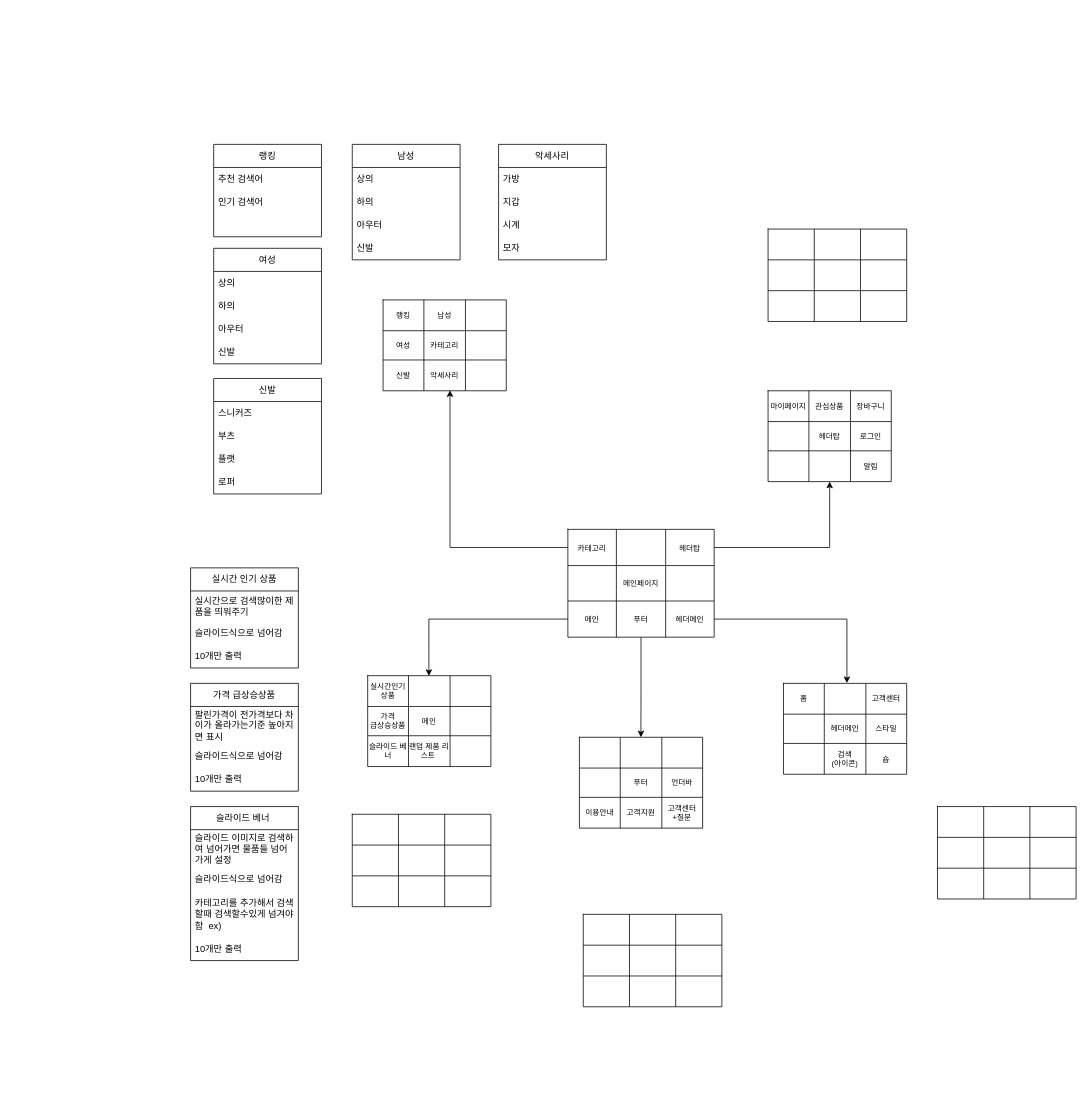
wuuuugi/0619_test01 keeps this draw.io diagram as T1순서도.drawio. Above is the earlier version. Source tidied: cells renumbered, new cells numbered last; positions are measured from the earlier drawing's top-left corner, leaving out a move shared by most shapes. Both pictures are drawn from the tidied source at 77%, with x=0, y=0 at pixel (190, 144).
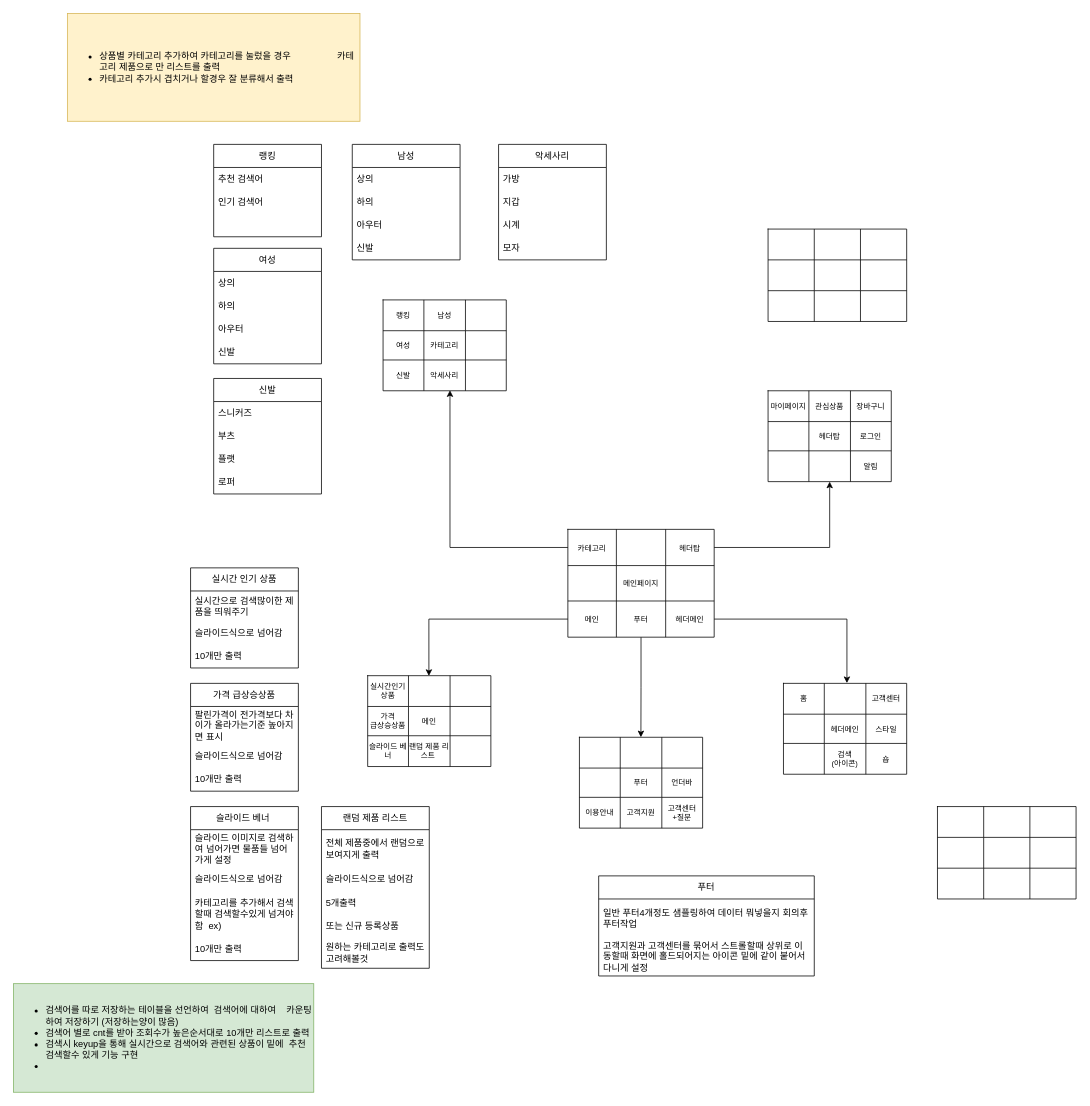
After the change.

Commit message (it also covers changes not shown here):
T1순서도.drawio 업데이트

What changed in the source:
```diff
@@
-    <mxCell id="85" style="shape=table;startSize=0;childLayout=tableLayout;fontSize=16;" parent="1" vertex="1">
-      <mxGeometry x="210" y="870" width="180" height="120" as="geometry" />
-    </mxCell>
-    <mxCell id="86" style="shape=tableRow;horizontal=0;startSize=0;swimlaneHead=0;swimlaneBody=0;strokeColor=inherit;top=0;left=0;bottom=0;right=0;fillColor=none;fontSize=16;" parent="85" vertex="1">
-      <mxGeometry width="180" height="40" as="geometry" />
-    </mxCell>
-    <mxCell id="87" style="shape=partialRectangle;html=1;whiteSpace=wrap;strokeColor=inherit;overflow=hidden;fillColor=none;top=0;left=0;bottom=0;right=0;fontSize=16;" parent="86" vertex="1">
-      <mxGeometry width="60" height="40" as="geometry" />
-    </mxCell>
-    <mxCell id="88" style="shape=partialRectangle;html=1;whiteSpace=wrap;strokeColor=inherit;overflow=hidden;fillColor=none;top=0;left=0;bottom=0;right=0;fontSize=16;" parent="86" vertex="1">
-      <mxGeometry x="60" width="60" height="40" as="geometry" />
-    </mxCell>
-    <mxCell id="89" style="shape=partialRectangle;html=1;whiteSpace=wrap;strokeColor=inherit;overflow=hidden;fillColor=none;top=0;left=0;bottom=0;right=0;fontSize=16;" parent="86" vertex="1">
-      <mxGeometry x="120" width="60" height="40" as="geometry" />
-    </mxCell>
-    <mxCell id="90" style="shape=tableRow;horizontal=0;startSize=0;swimlaneHead=0;swimlaneBody=0;strokeColor=inherit;top=0;left=0;bottom=0;right=0;fillColor=none;fontSize=16;" parent="85" vertex="1">
-      <mxGeometry y="40" width="180" height="40" as="geometry" />
-    </mxCell>
-    <mxCell id="91" style="shape=partialRectangle;html=1;whiteSpace=wrap;strokeColor=inherit;overflow=hidden;fillColor=none;top=0;left=0;bottom=0;right=0;fontSize=16;" parent="90" vertex="1">
-      <mxGeometry width="60" height="40" as="geometry" />
-    </mxCell>
-    <mxCell id="92" style="shape=partialRectangle;html=1;whiteSpace=wrap;strokeColor=inherit;overflow=hidden;fillColor=none;top=0;left=0;bottom=0;right=0;fontSize=16;" parent="90" vertex="1">
-      <mxGeometry x="60" width="60" height="40" as="geometry" />
-    </mxCell>
-    <mxCell id="93" style="shape=partialRectangle;html=1;whiteSpace=wrap;strokeColor=inherit;overflow=hidden;fillColor=none;top=0;left=0;bottom=0;right=0;fontSize=16;" parent="90" vertex="1">
-      <mxGeometry x="120" width="60" height="40" as="geometry" />
-    </mxCell>
-    <mxCell id="94" style="shape=tableRow;horizontal=0;startSize=0;swimlaneHead=0;swimlaneBody=0;strokeColor=inherit;top=0;left=0;bottom=0;right=0;fillColor=none;fontSize=16;" parent="85" vertex="1">
-      <mxGeometry y="80" width="180" height="40" as="geometry" />
-    </mxCell>
-    <mxCell id="95" style="shape=partialRectangle;html=1;whiteSpace=wrap;strokeColor=inherit;overflow=hidden;fillColor=none;top=0;left=0;bottom=0;right=0;fontSize=16;" parent="94" vertex="1">
-      <mxGeometry width="60" height="40" as="geometry" />
-    </mxCell>
-    <mxCell id="96" style="shape=partialRectangle;html=1;whiteSpace=wrap;strokeColor=inherit;overflow=hidden;fillColor=none;top=0;left=0;bottom=0;right=0;fontSize=16;" parent="94" vertex="1">
-      <mxGeometry x="60" width="60" height="40" as="geometry" />
-    </mxCell>
-    <mxCell id="97" style="shape=partialRectangle;html=1;whiteSpace=wrap;strokeColor=inherit;overflow=hidden;fillColor=none;top=0;left=0;bottom=0;right=0;fontSize=16;" parent="94" vertex="1">
-      <mxGeometry x="120" width="60" height="40" as="geometry" />
-    </mxCell>
-    <mxCell id="98" style="shape=table;startSize=0;childLayout=tableLayout;fontSize=16;" parent="1" vertex="1">
-      <mxGeometry x="510" y="1000" width="180" height="120" as="geometry" />
-    </mxCell>
-    <mxCell id="99" style="shape=tableRow;horizontal=0;startSize=0;swimlaneHead=0;swimlaneBody=0;strokeColor=inherit;top=0;left=0;bottom=0;right=0;fillColor=none;fontSize=16;" parent="98" vertex="1">
-      <mxGeometry width="180" height="40" as="geometry" />
-    </mxCell>
-    <mxCell id="100" style="shape=partialRectangle;html=1;whiteSpace=wrap;strokeColor=inherit;overflow=hidden;fillColor=none;top=0;left=0;bottom=0;right=0;fontSize=16;" parent="99" vertex="1">
-      <mxGeometry width="60" height="40" as="geometry" />
-    </mxCell>
-    <mxCell id="101" style="shape=partialRectangle;html=1;whiteSpace=wrap;strokeColor=inherit;overflow=hidden;fillColor=none;top=0;left=0;bottom=0;right=0;fontSize=16;" parent="99" vertex="1">
-      <mxGeometry x="60" width="60" height="40" as="geometry" />
-    </mxCell>
-    <mxCell id="102" style="shape=partialRectangle;html=1;whiteSpace=wrap;strokeColor=inherit;overflow=hidden;fillColor=none;top=0;left=0;bottom=0;right=0;fontSize=16;" parent="99" vertex="1">
-      <mxGeometry x="120" width="60" height="40" as="geometry" />
-    </mxCell>
-    <mxCell id="103" style="shape=tableRow;horizontal=0;startSize=0;swimlaneHead=0;swimlaneBody=0;strokeColor=inherit;top=0;left=0;bottom=0;right=0;fillColor=none;fontSize=16;" parent="98" vertex="1">
-      <mxGeometry y="40" width="180" height="40" as="geometry" />
-    </mxCell>
-    <mxCell id="104" style="shape=partialRectangle;html=1;whiteSpace=wrap;strokeColor=inherit;overflow=hidden;fillColor=none;top=0;left=0;bottom=0;right=0;fontSize=16;" parent="103" vertex="1">
-      <mxGeometry width="60" height="40" as="geometry" />
-    </mxCell>
-    <mxCell id="105" style="shape=partialRectangle;html=1;whiteSpace=wrap;strokeColor=inherit;overflow=hidden;fillColor=none;top=0;left=0;bottom=0;right=0;fontSize=16;" parent="103" vertex="1">
-      <mxGeometry x="60" width="60" height="40" as="geometry" />
-    </mxCell>
-    <mxCell id="106" style="shape=partialRectangle;html=1;whiteSpace=wrap;strokeColor=inherit;overflow=hidden;fillColor=none;top=0;left=0;bottom=0;right=0;fontSize=16;" parent="103" vertex="1">
-      <mxGeometry x="120" width="60" height="40" as="geometry" />
-    </mxCell>
-    <mxCell id="107" style="shape=tableRow;horizontal=0;startSize=0;swimlaneHead=0;swimlaneBody=0;strokeColor=inherit;top=0;left=0;bottom=0;right=0;fillColor=none;fontSize=16;" parent="98" vertex="1">
-      <mxGeometry y="80" width="180" height="40" as="geometry" />
-    </mxCell>
-    <mxCell id="108" style="shape=partialRectangle;html=1;whiteSpace=wrap;strokeColor=inherit;overflow=hidden;fillColor=none;top=0;left=0;bottom=0;right=0;fontSize=16;" parent="107" vertex="1">
-      <mxGeometry width="60" height="40" as="geometry" />
-    </mxCell>
-    <mxCell id="109" style="shape=partialRectangle;html=1;whiteSpace=wrap;strokeColor=inherit;overflow=hidden;fillColor=none;top=0;left=0;bottom=0;right=0;fontSize=16;" parent="107" vertex="1">
-      <mxGeometry x="60" width="60" height="40" as="geometry" />
-    </mxCell>
-    <mxCell id="110" style="shape=partialRectangle;html=1;whiteSpace=wrap;strokeColor=inherit;overflow=hidden;fillColor=none;top=0;left=0;bottom=0;right=0;fontSize=16;" parent="107" vertex="1">
-      <mxGeometry x="120" width="60" height="40" as="geometry" />
-    </mxCell>
@@
+    <mxCell id="174" value="랜덤 제품 리스트" style="swimlane;fontStyle=0;horizontal=1;startSize=30;whiteSpace=wrap;html=1;" parent="1" vertex="1">
+      <mxGeometry x="170" y="860" width="140" height="210" as="geometry" />
+    </mxCell>
+    <mxCell id="175" value="전체 제품중에서 랜덤으로 보여지게 출력&amp;nbsp;" style="text;strokeColor=none;fillColor=none;align=left;verticalAlign=middle;spacingLeft=4;spacingRight=4;overflow=hidden;whiteSpace=wrap;html=1;" parent="174" vertex="1">
+      <mxGeometry y="30" width="140" height="50" as="geometry" />
+    </mxCell>
+    <mxCell id="176" value="슬라이드식으로 넘어감" style="text;strokeColor=none;fillColor=none;align=left;verticalAlign=middle;spacingLeft=4;spacingRight=4;overflow=hidden;whiteSpace=wrap;html=1;" parent="174" vertex="1">
+      <mxGeometry y="80" width="140" height="30" as="geometry" />
+    </mxCell>
+    <mxCell id="177" value="5개출력" style="text;strokeColor=none;fillColor=none;align=left;verticalAlign=middle;spacingLeft=4;spacingRight=4;overflow=hidden;whiteSpace=wrap;html=1;" parent="174" vertex="1">
+      <mxGeometry y="110" width="140" height="30" as="geometry" />
+    </mxCell>
+    <mxCell id="178" value="또는 신규 등록상품" style="text;strokeColor=none;fillColor=none;align=left;verticalAlign=middle;spacingLeft=4;spacingRight=4;overflow=hidden;whiteSpace=wrap;html=1;" parent="174" vertex="1">
+      <mxGeometry y="140" width="140" height="30" as="geometry" />
+    </mxCell>
+    <mxCell id="179" value="원하는 카테고리로 출력도 고려해볼것" style="text;strokeColor=none;fillColor=none;align=left;verticalAlign=middle;spacingLeft=4;spacingRight=4;overflow=hidden;whiteSpace=wrap;html=1;" parent="174" vertex="1">
+      <mxGeometry y="170" width="140" height="40" as="geometry" />
+    </mxCell>
+    <mxCell id="180" value="&lt;ul&gt;&lt;li&gt;상품별 카테고리 추가하여 카테고리를 눌렀을 경우&amp;nbsp; &amp;nbsp; &amp;nbsp; &amp;nbsp; &amp;nbsp; &amp;nbsp; &amp;nbsp; &amp;nbsp; &amp;nbsp; 카테고리 제품으로 만 리스트를 출력&amp;nbsp;&amp;nbsp;&lt;/li&gt;&lt;li&gt;카테고리 추가시 겹치거나 할경우 잘 분류해서 출력&lt;/li&gt;&lt;/ul&gt;" style="text;strokeColor=#d6b656;fillColor=#fff2cc;html=1;whiteSpace=wrap;verticalAlign=middle;overflow=hidden;" parent="1" vertex="1">
+      <mxGeometry x="-160" y="-170" width="380" height="140" as="geometry" />
+    </mxCell>
+    <mxCell id="181" value="&lt;ul&gt;&lt;li&gt;검색어를 따로 저장하는 테이블을 선언하여&amp;nbsp; 검색어에 대하여&amp;nbsp; &amp;nbsp; 카운팅하여 저장하기 (저장하는양이 많음)&lt;/li&gt;&lt;li&gt;검색어 별로 cnt를 받아 조회수가 높은순서대로 10개만 리스트로 출력&amp;nbsp;&lt;/li&gt;&lt;li&gt;검색시 keyup을 통해 실시간으로 검색어와 관련된 상품이 밑에&amp;nbsp; 추천검색할수 있게 기능 구현&amp;nbsp;&lt;/li&gt;&lt;li&gt;&lt;br&gt;&lt;/li&gt;&lt;/ul&gt;" style="text;strokeColor=#82b366;fillColor=#d5e8d4;html=1;whiteSpace=wrap;verticalAlign=middle;overflow=hidden;" parent="1" vertex="1">
+      <mxGeometry x="-230" y="1090" width="390" height="141" as="geometry" />
+    </mxCell>
+    <mxCell id="182" value="푸터" style="swimlane;fontStyle=0;horizontal=1;startSize=30;whiteSpace=wrap;html=1;" parent="1" vertex="1">
+      <mxGeometry x="530" y="950" width="280" height="130" as="geometry" />
+    </mxCell>
+    <mxCell id="183" value="일반 푸터4개정도 샘플링하여 데이터 뭐넣을지 회의후 푸터작업&amp;nbsp;" style="text;strokeColor=none;fillColor=none;align=left;verticalAlign=middle;spacingLeft=4;spacingRight=4;overflow=hidden;whiteSpace=wrap;html=1;" parent="182" vertex="1">
+      <mxGeometry y="30" width="280" height="50" as="geometry" />
+    </mxCell>
+    <mxCell id="184" value="고객지원과 고객센터를 묶어서 스트롤할때 상위로 이동할때 화면에 홀드되어지는 아이콘 밑에 같이 붙어서 다니게 설정&amp;nbsp;" style="text;strokeColor=none;fillColor=none;align=left;verticalAlign=middle;spacingLeft=4;spacingRight=4;overflow=hidden;whiteSpace=wrap;html=1;" parent="182" vertex="1">
+      <mxGeometry y="80" width="280" height="50" as="geometry" />
+    </mxCell>
```
